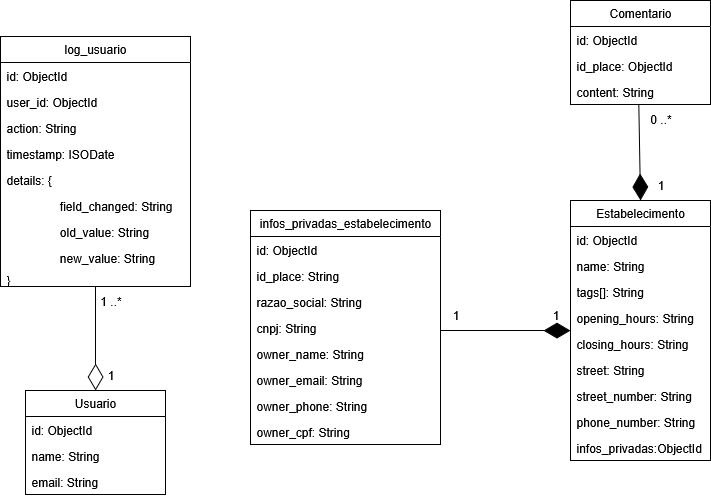
Before: docs/Diagrama_NoAM_PI.png, a diagram exported from draw.io (FatecFranca/DSM-P3-G05-2025-2). Source tidied: cells renumbered, new cells last; positions are measured from the earlier drawing's top-left corner, leaving out a move shared by most shapes.
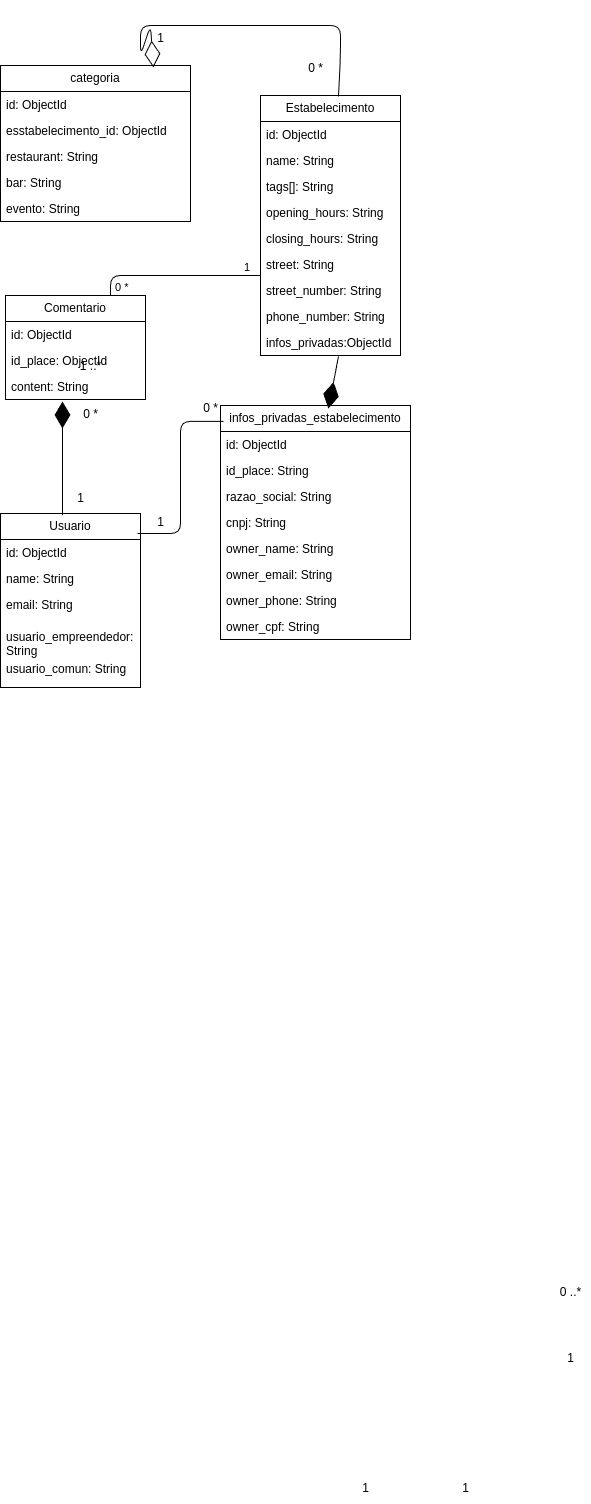
After the commit.

Commit message:
Atualizando os diagramas e a justifiicativa do diagrama

Diff of the diagram source:
```diff
@@ -3,7 +3,7 @@
     <mxCell id="0" />
     <mxCell id="1" parent="0" />
     <mxCell id="2" value="Usuario" style="swimlane;fontStyle=0;horizontal=1;startSize=26;fillColor=none;whiteSpace=wrap;html=1;" parent="1" vertex="1">
-      <mxGeometry x="25" y="390" width="140" height="104" as="geometry" />
+      <mxGeometry x="90" y="-660" width="140" height="174" as="geometry" />
     </mxCell>
     <mxCell id="3" value="id: ObjectId" style="text;strokeColor=none;fillColor=none;align=left;verticalAlign=top;spacingLeft=4;spacingRight=4;overflow=hidden;whiteSpace=wrap;html=1;" parent="2" vertex="1">
       <mxGeometry y="26" width="140" height="26" as="geometry" />
@@ -12,10 +12,16 @@
       <mxGeometry y="52" width="140" height="26" as="geometry" />
     </mxCell>
     <mxCell id="5" value="email: String" style="text;strokeColor=none;fillColor=none;align=left;verticalAlign=top;spacingLeft=4;spacingRight=4;overflow=hidden;whiteSpace=wrap;html=1;" parent="2" vertex="1">
-      <mxGeometry y="78" width="140" height="26" as="geometry" />
+      <mxGeometry y="78" width="140" height="32" as="geometry" />
     </mxCell>
+    <mxCell id="48" value="usuario_empreendedor: String" style="text;strokeColor=none;fillColor=none;align=left;verticalAlign=top;spacingLeft=4;spacingRight=4;overflow=hidden;whiteSpace=wrap;html=1;" parent="2" vertex="1">
+      <mxGeometry y="110" width="140" height="32" as="geometry" />
+    </mxCell>
+    <mxCell id="49" value="usuario_comun: String" style="text;strokeColor=none;fillColor=none;align=left;verticalAlign=top;spacingLeft=4;spacingRight=4;overflow=hidden;whiteSpace=wrap;html=1;" parent="2" vertex="1">
+      <mxGeometry y="142" width="140" height="32" as="geometry" />
+    </mxCell>
     <mxCell id="6" value="infos_privadas_estabelecimento" style="swimlane;fontStyle=0;horizontal=1;startSize=26;fillColor=none;whiteSpace=wrap;html=1;" parent="1" vertex="1">
-      <mxGeometry x="250" y="210" width="190" height="234" as="geometry" />
+      <mxGeometry x="310" y="-768" width="190" height="234" as="geometry" />
     </mxCell>
     <mxCell id="7" value="id: ObjectId" style="text;strokeColor=none;fillColor=none;align=left;verticalAlign=top;spacingLeft=4;spacingRight=4;overflow=hidden;whiteSpace=wrap;html=1;" parent="6" vertex="1">
       <mxGeometry y="26" width="190" height="26" as="geometry" />
@@ -41,38 +47,8 @@
     <mxCell id="14" value="owner_cpf: String" style="text;strokeColor=none;fillColor=none;align=left;verticalAlign=top;spacingLeft=4;spacingRight=4;overflow=hidden;whiteSpace=wrap;html=1;" parent="6" vertex="1">
       <mxGeometry y="208" width="190" height="26" as="geometry" />
     </mxCell>
-    <mxCell id="15" value="log_usuario" style="swimlane;fontStyle=0;horizontal=1;startSize=26;fillColor=none;whiteSpace=wrap;html=1;" parent="1" vertex="1">
-      <mxGeometry y="36" width="190" height="250" as="geometry" />
-    </mxCell>
-    <mxCell id="16" value="id: ObjectId" style="text;strokeColor=none;fillColor=none;align=left;verticalAlign=top;spacingLeft=4;spacingRight=4;overflow=hidden;whiteSpace=wrap;html=1;" parent="15" vertex="1">
-      <mxGeometry y="26" width="190" height="26" as="geometry" />
-    </mxCell>
-    <mxCell id="17" value="user_id: ObjectId" style="text;strokeColor=none;fillColor=none;align=left;verticalAlign=top;spacingLeft=4;spacingRight=4;overflow=hidden;whiteSpace=wrap;html=1;" parent="15" vertex="1">
-      <mxGeometry y="52" width="190" height="26" as="geometry" />
-    </mxCell>
-    <mxCell id="18" value="action: String" style="text;strokeColor=none;fillColor=none;align=left;verticalAlign=top;spacingLeft=4;spacingRight=4;overflow=hidden;whiteSpace=wrap;html=1;" parent="15" vertex="1">
-      <mxGeometry y="78" width="190" height="26" as="geometry" />
-    </mxCell>
-    <mxCell id="19" value="timestamp: ISODate" style="text;strokeColor=none;fillColor=none;align=left;verticalAlign=top;spacingLeft=4;spacingRight=4;overflow=hidden;whiteSpace=wrap;html=1;" parent="15" vertex="1">
-      <mxGeometry y="104" width="190" height="26" as="geometry" />
-    </mxCell>
-    <mxCell id="20" value="details: {" style="text;strokeColor=none;fillColor=none;align=left;verticalAlign=top;spacingLeft=4;spacingRight=4;overflow=hidden;whiteSpace=wrap;html=1;" parent="15" vertex="1">
-      <mxGeometry y="130" width="190" height="26" as="geometry" />
-    </mxCell>
-    <mxCell id="21" value="&lt;span style=&quot;white-space: pre;&quot;&gt;&#9;&lt;/span&gt;&lt;span style=&quot;white-space: pre;&quot;&gt;&#9;&lt;/span&gt;field_changed: String" style="text;strokeColor=none;fillColor=none;align=left;verticalAlign=top;spacingLeft=4;spacingRight=4;overflow=hidden;whiteSpace=wrap;html=1;" parent="15" vertex="1">
-      <mxGeometry y="156" width="190" height="26" as="geometry" />
-    </mxCell>
-    <mxCell id="22" value="&lt;div&gt;&lt;span style=&quot;white-space: pre;&quot;&gt;&#9;&lt;/span&gt;&lt;span style=&quot;white-space: pre;&quot;&gt;&#9;&lt;/span&gt;old_value: String&lt;/div&gt;&lt;div&gt;&lt;br&gt;&lt;/div&gt;" style="text;strokeColor=none;fillColor=none;align=left;verticalAlign=top;spacingLeft=4;spacingRight=4;overflow=hidden;whiteSpace=wrap;html=1;" parent="15" vertex="1">
-      <mxGeometry y="182" width="190" height="26" as="geometry" />
-    </mxCell>
-    <mxCell id="23" value="&lt;span style=&quot;white-space: pre;&quot;&gt;&#9;&lt;/span&gt;&lt;span style=&quot;white-space: pre;&quot;&gt;&#9;&lt;/span&gt;new_value: String" style="text;strokeColor=none;fillColor=none;align=left;verticalAlign=top;spacingLeft=4;spacingRight=4;overflow=hidden;whiteSpace=wrap;html=1;" parent="15" vertex="1">
-      <mxGeometry y="208" width="190" height="22" as="geometry" />
-    </mxCell>
-    <mxCell id="24" value="}" style="text;strokeColor=none;fillColor=none;align=left;verticalAlign=top;spacingLeft=4;spacingRight=4;overflow=hidden;points=[[0,0.5],[1,0.5]];portConstraint=eastwest;whiteSpace=wrap;html=1;" parent="15" vertex="1">
-      <mxGeometry y="230" width="190" height="20" as="geometry" />
-    </mxCell>
     <mxCell id="25" value="Comentario" style="swimlane;fontStyle=0;horizontal=1;startSize=26;fillColor=none;whiteSpace=wrap;html=1;" parent="1" vertex="1">
-      <mxGeometry x="570" width="140" height="104" as="geometry" />
+      <mxGeometry x="95" y="-878" width="140" height="104" as="geometry" />
     </mxCell>
     <mxCell id="26" value="id: ObjectId" style="text;strokeColor=none;fillColor=none;align=left;verticalAlign=top;spacingLeft=4;spacingRight=4;overflow=hidden;whiteSpace=wrap;html=1;" parent="25" vertex="1">
       <mxGeometry y="26" width="140" height="26" as="geometry" />
@@ -84,7 +60,7 @@
       <mxGeometry y="78" width="140" height="26" as="geometry" />
     </mxCell>
     <mxCell id="29" value="Estabelecimento" style="swimlane;fontStyle=0;horizontal=1;startSize=26;fillColor=none;whiteSpace=wrap;html=1;" parent="1" vertex="1">
-      <mxGeometry x="570" y="200" width="140" height="260" as="geometry" />
+      <mxGeometry x="350" y="-1078" width="140" height="260" as="geometry" />
     </mxCell>
     <mxCell id="30" value="id: ObjectId" style="text;strokeColor=none;fillColor=none;align=left;verticalAlign=top;spacingLeft=4;spacingRight=4;overflow=hidden;whiteSpace=wrap;html=1;" parent="29" vertex="1">
       <mxGeometry y="26" width="140" height="26" as="geometry" />
@@ -125,23 +101,76 @@
     <mxCell id="42" value="1" style="text;html=1;align=center;verticalAlign=middle;strokeColor=none;fillColor=none;" parent="1" vertex="1">
       <mxGeometry x="645" y="170" width="30" height="30" as="geometry" />
     </mxCell>
-    <mxCell id="43" style="endArrow=diamondThin;endFill=0;endSize=24;html=1;rounded=0;entryX=0.5;entryY=0;entryDx=0;entryDy=0;" parent="1" edge="1" source="24" target="2">
-      <mxGeometry relative="1" as="geometry" />
-    </mxCell>
     <mxCell id="44" value="1 ..*" style="text;html=1;align=center;verticalAlign=middle;strokeColor=none;fillColor=none;" parent="1" vertex="1">
-      <mxGeometry x="90" y="286" width="40" height="30" as="geometry" />
+      <mxGeometry x="160" y="-822" width="40" height="30" as="geometry" />
     </mxCell>
-    <mxCell id="45" value="1" style="text;html=1;align=center;verticalAlign=middle;strokeColor=none;fillColor=none;" parent="1" vertex="1">
-      <mxGeometry x="95" y="360" width="30" height="30" as="geometry" />
-    </mxCell>
-    <mxCell id="46" style="endArrow=diamondThin;endFill=1;endSize=24;html=1;rounded=0;" parent="1" edge="1">
-      <mxGeometry relative="1" as="geometry">
-        <mxPoint x="440" y="330" as="sourcePoint" />
-        <mxPoint x="570" y="330" as="targetPoint" />
-      </mxGeometry>
-    </mxCell>
-    <mxCell id="47" style="endArrow=diamondThin;endFill=1;endSize=24;html=1;rounded=0;entryX=0.5;entryY=0;entryDx=0;entryDy=0;exitX=0.488;exitY=0.995;exitDx=0;exitDy=0;exitPerimeter=0;" parent="1" edge="1" source="28" target="29">
-      <mxGeometry relative="1" as="geometry" />
-    </mxCell>
+    <mxCell id="50" value="categoria" style="swimlane;fontStyle=0;horizontal=1;startSize=26;fillColor=none;whiteSpace=wrap;html=1;" parent="1" vertex="1">
+      <mxGeometry x="90" y="-1108" width="190" height="156" as="geometry" />
+    </mxCell>
+    <mxCell id="16" value="id: ObjectId" style="text;strokeColor=none;fillColor=none;align=left;verticalAlign=top;spacingLeft=4;spacingRight=4;overflow=hidden;whiteSpace=wrap;html=1;" parent="50" vertex="1">
+      <mxGeometry y="26" width="190" height="26" as="geometry" />
+    </mxCell>
+    <mxCell id="51" value="esstabelecimento_id: ObjectId" style="text;strokeColor=none;fillColor=none;align=left;verticalAlign=top;spacingLeft=4;spacingRight=4;overflow=hidden;whiteSpace=wrap;html=1;" parent="50" vertex="1">
+      <mxGeometry y="52" width="190" height="26" as="geometry" />
+    </mxCell>
+    <mxCell id="52" value="restaurant: String" style="text;strokeColor=none;fillColor=none;align=left;verticalAlign=top;spacingLeft=4;spacingRight=4;overflow=hidden;whiteSpace=wrap;html=1;" parent="50" vertex="1">
+      <mxGeometry y="78" width="190" height="26" as="geometry" />
+    </mxCell>
+    <mxCell id="53" value="bar: String" style="text;strokeColor=none;fillColor=none;align=left;verticalAlign=top;spacingLeft=4;spacingRight=4;overflow=hidden;whiteSpace=wrap;html=1;" parent="50" vertex="1">
+      <mxGeometry y="104" width="190" height="26" as="geometry" />
+    </mxCell>
+    <mxCell id="54" value="&lt;div&gt;evento: String&lt;/div&gt;" style="text;strokeColor=none;fillColor=none;align=left;verticalAlign=top;spacingLeft=4;spacingRight=4;overflow=hidden;whiteSpace=wrap;html=1;" parent="50" vertex="1">
+      <mxGeometry y="130" width="190" height="26" as="geometry" />
+    </mxCell>
+    <mxCell id="55" value="1" style="text;html=1;align=center;verticalAlign=middle;strokeColor=none;fillColor=none;" parent="1" vertex="1">
+      <mxGeometry x="235" y="-1150" width="30" height="30" as="geometry" />
+    </mxCell>
+    <mxCell id="56" value="0 *" style="text;html=1;align=center;verticalAlign=middle;strokeColor=none;fillColor=none;" parent="1" vertex="1">
+      <mxGeometry x="385" y="-1120" width="40" height="30" as="geometry" />
+    </mxCell>
+    <mxCell id="57" style="endArrow=diamondThin;endFill=0;endSize=24;html=1;exitX=0.557;exitY=0.004;exitDx=0;exitDy=0;exitPerimeter=0;entryX=0.805;entryY=0.013;entryDx=0;entryDy=0;entryPerimeter=0;" parent="1" edge="1" source="29" target="50">
+      <mxGeometry relative="1" as="geometry">
+        <Array as="points">
+          <mxPoint x="430" y="-1118" />
+          <mxPoint x="430" y="-1148" />
+          <mxPoint x="340" y="-1148" />
+          <mxPoint x="230" y="-1148" />
+          <mxPoint x="230" y="-1118" />
+          <mxPoint x="240" y="-1148" />
+        </Array>
+      </mxGeometry>
+    </mxCell>
+    <mxCell id="58" style="endArrow=diamondThin;endFill=1;endSize=24;html=1;exitX=0.557;exitY=1.038;exitDx=0;exitDy=0;exitPerimeter=0;entryX=0.568;entryY=0.013;entryDx=0;entryDy=0;entryPerimeter=0;" parent="1" edge="1" source="38" target="6">
+      <mxGeometry relative="1" as="geometry" />
+    </mxCell>
+    <mxCell id="59" style="endArrow=none;html=1;edgeStyle=orthogonalEdgeStyle;entryX=0.016;entryY=0.068;entryDx=0;entryDy=0;entryPerimeter=0;exitX=0.979;exitY=0.115;exitDx=0;exitDy=0;exitPerimeter=0;" parent="1" edge="1" source="2" target="6">
+      <mxGeometry relative="1" as="geometry" />
+    </mxCell>
+    <mxCell id="60" value="1" style="text;html=1;align=center;verticalAlign=middle;strokeColor=none;fillColor=none;" parent="1" vertex="1">
+      <mxGeometry x="235" y="-666" width="30" height="30" as="geometry" />
+    </mxCell>
+    <mxCell id="61" value="0 *" style="text;html=1;align=center;verticalAlign=middle;strokeColor=none;fillColor=none;" parent="1" vertex="1">
+      <mxGeometry x="280" y="-780" width="40" height="30" as="geometry" />
+    </mxCell>
+    <mxCell id="62" style="endArrow=diamondThin;endFill=1;endSize=24;html=1;exitX=0.443;exitY=0.01;exitDx=0;exitDy=0;exitPerimeter=0;entryX=0.407;entryY=1.077;entryDx=0;entryDy=0;entryPerimeter=0;" parent="1" edge="1" source="2" target="28">
+      <mxGeometry relative="1" as="geometry" />
+    </mxCell>
+    <mxCell id="63" value="1" style="text;html=1;align=center;verticalAlign=middle;strokeColor=none;fillColor=none;" parent="1" vertex="1">
+      <mxGeometry x="155" y="-690" width="30" height="30" as="geometry" />
+    </mxCell>
+    <mxCell id="64" value="0 *" style="text;html=1;align=center;verticalAlign=middle;strokeColor=none;fillColor=none;" parent="1" vertex="1">
+      <mxGeometry x="160" y="-774" width="40" height="30" as="geometry" />
+    </mxCell>
+    <mxCell id="65" style="endArrow=none;html=1;edgeStyle=orthogonalEdgeStyle;entryX=0;entryY=0.923;entryDx=0;entryDy=0;entryPerimeter=0;exitX=0.75;exitY=0;exitDx=0;exitDy=0;" parent="1" edge="1" source="25" target="35">
+      <mxGeometry relative="1" as="geometry" />
+    </mxCell>
+    <mxCell id="66" value="&amp;nbsp;0 *" style="edgeLabel;html=1;align=left;verticalAlign=bottom;" parent="65" vertex="1">
+      <mxGeometry x="-1" relative="1" as="geometry" />
+    </mxCell>
+    <mxCell id="67" value="1" style="edgeLabel;html=1;align=right;verticalAlign=bottom;" parent="65" vertex="1">
+      <mxGeometry x="1" relative="1" as="geometry">
+        <mxPoint x="-10" as="offset" />
+      </mxGeometry>
+    </mxCell>
   </root>
 </mxGraphModel>
```
